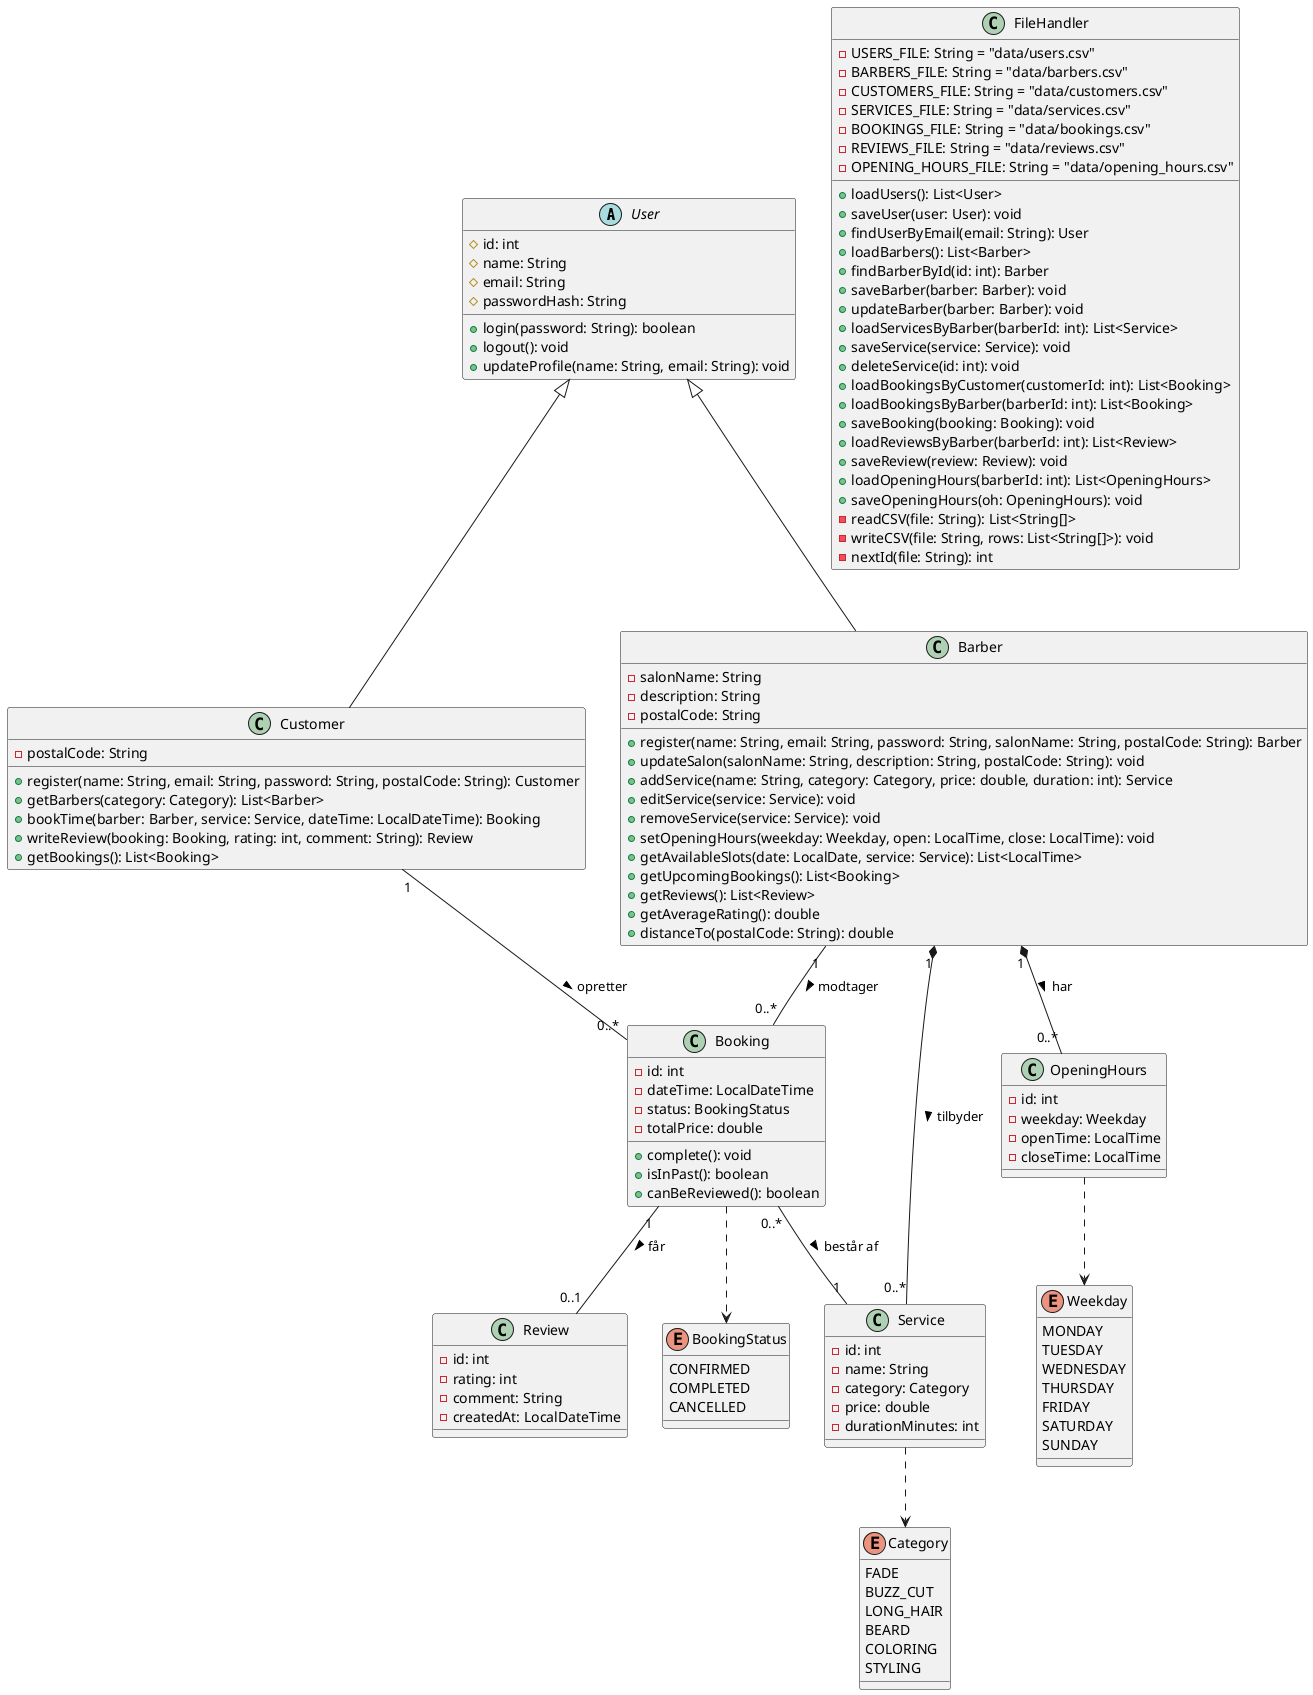
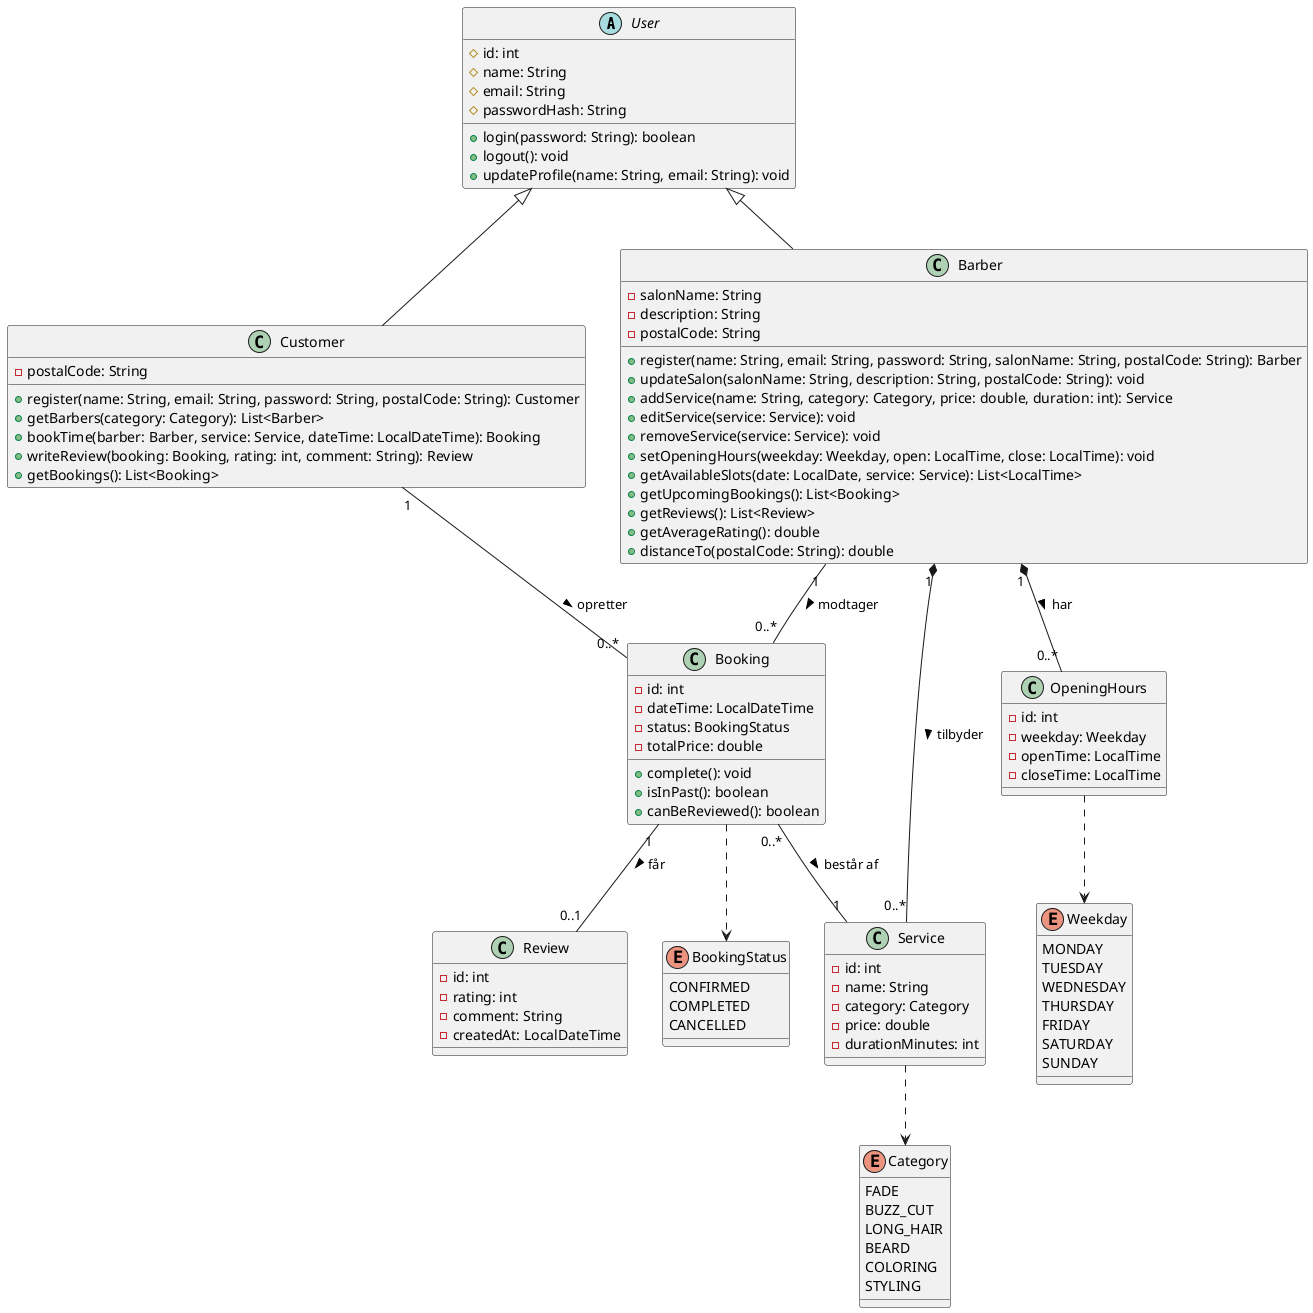
@startuml
- ' Klassediagram for frisørbooking-platform (SP4) - MVP med CSV
+ ' Klassediagram for frisørbooking-platform (SP4) - MVP

- ' === MODELLER ===
- 
+ ' === Abstract base ===
abstract class User {
  # id: int
  # name: String
  # email: String
  # passwordHash: String
  + login(password: String): boolean
  + logout(): void
  + updateProfile(name: String, email: String): void
}

+ ' === Brugertyper ===
class Customer {
  - postalCode: String
  + register(name: String, email: String, password: String, postalCode: String): Customer
  + getBarbers(category: Category): List<Barber>
  + bookTime(barber: Barber, service: Service, dateTime: LocalDateTime): Booking
  + writeReview(booking: Booking, rating: int, comment: String): Review
  + getBookings(): List<Booking>
}

class Barber {
  - salonName: String
  - description: String
  - postalCode: String
  + register(name: String, email: String, password: String, salonName: String, postalCode: String): Barber
  + updateSalon(salonName: String, description: String, postalCode: String): void
  + addService(name: String, category: Category, price: double, duration: int): Service
  + editService(service: Service): void
  + removeService(service: Service): void
  + setOpeningHours(weekday: Weekday, open: LocalTime, close: LocalTime): void
  + getAvailableSlots(date: LocalDate, service: Service): List<LocalTime>
  + getUpcomingBookings(): List<Booking>
  + getReviews(): List<Review>
  + getAverageRating(): double
  + distanceTo(postalCode: String): double
}

+ ' === Forretningsobjekter ===
class Service {
  - id: int
  - name: String
  - category: Category
  - price: double
  - durationMinutes: int
}

class Booking {
  - id: int
  - dateTime: LocalDateTime
  - status: BookingStatus
  - totalPrice: double
  + complete(): void
  + isInPast(): boolean
  + canBeReviewed(): boolean
}

class Review {
  - id: int
  - rating: int
  - comment: String
  - createdAt: LocalDateTime
}

class OpeningHours {
  - id: int
  - weekday: Weekday
  - openTime: LocalTime
  - closeTime: LocalTime
}

- ' === ENUMS ===
- 
+ ' === Enums ===
enum Category {
  FADE
  BUZZ_CUT
  LONG_HAIR
  BEARD
  COLORING
  STYLING
}

enum BookingStatus {
  CONFIRMED
  COMPLETED
  CANCELLED
}

enum Weekday {
  MONDAY
  TUESDAY
  WEDNESDAY
  THURSDAY
  FRIDAY
  SATURDAY
  SUNDAY
}

- ' === FIL-HÅNDTERING ===
- 
- class FileHandler {
-   - USERS_FILE: String = "data/users.csv"
-   - BARBERS_FILE: String = "data/barbers.csv"
-   - CUSTOMERS_FILE: String = "data/customers.csv"
-   - SERVICES_FILE: String = "data/services.csv"
-   - BOOKINGS_FILE: String = "data/bookings.csv"
-   - REVIEWS_FILE: String = "data/reviews.csv"
-   - OPENING_HOURS_FILE: String = "data/opening_hours.csv"
-   + loadUsers(): List<User>
-   + saveUser(user: User): void
-   + findUserByEmail(email: String): User
-   + loadBarbers(): List<Barber>
-   + findBarberById(id: int): Barber
-   + saveBarber(barber: Barber): void
-   + updateBarber(barber: Barber): void
-   + loadServicesByBarber(barberId: int): List<Service>
-   + saveService(service: Service): void
-   + deleteService(id: int): void
-   + loadBookingsByCustomer(customerId: int): List<Booking>
-   + loadBookingsByBarber(barberId: int): List<Booking>
-   + saveBooking(booking: Booking): void
-   + loadReviewsByBarber(barberId: int): List<Review>
-   + saveReview(review: Review): void
-   + loadOpeningHours(barberId: int): List<OpeningHours>
-   + saveOpeningHours(oh: OpeningHours): void
-   - readCSV(file: String): List<String[]>
-   - writeCSV(file: String, rows: List<String[]>): void
-   - nextId(file: String): int
- }
- 
- ' === ARV ===
+ ' === Arv ===
User <|-- Customer
User <|-- Barber

- ' === KOMPOSITIONER ===
+ ' === Kompositioner ===
Barber "1" *-- "0..*" Service : tilbyder >
Barber "1" *-- "0..*" OpeningHours : har >

- ' === ASSOCIATIONER ===
+ ' === Associationer ===
Customer "1" -- "0..*" Booking : opretter >
Barber "1" -- "0..*" Booking : modtager >
Booking "0..*" -- "1" Service : består af >
Booking "1" -- "0..1" Review : får >

- ' === ENUM-KOBLINGER ===
+ ' === Enum-koblinger ===
Service ..> Category
Booking ..> BookingStatus
OpeningHours ..> Weekday

@enduml